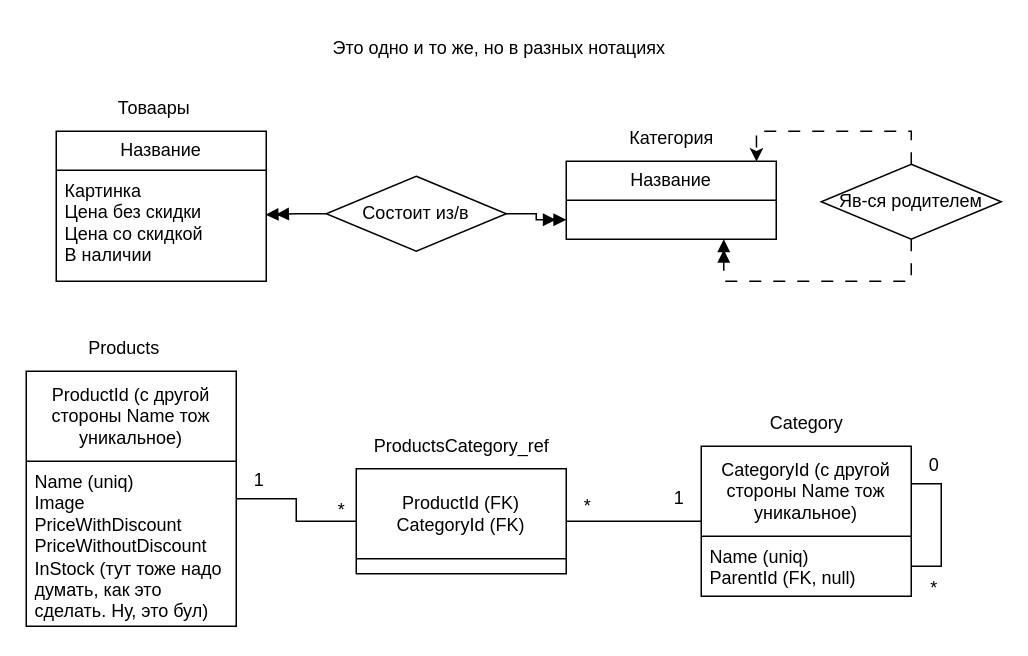
Earlier version of the draw.io diagram Diagrams/БД_ZeonParser.drawio (Kuro-D-Shiro/ZeonParser). Source tidied: cells renumbered, new cells numbered last; positions are measured from the earlier drawing's top-left corner, leaving out a move shared by most shapes. Both pictures are drawn from the tidied source at 150%, with x=0, y=0 at pixel (26, 26).
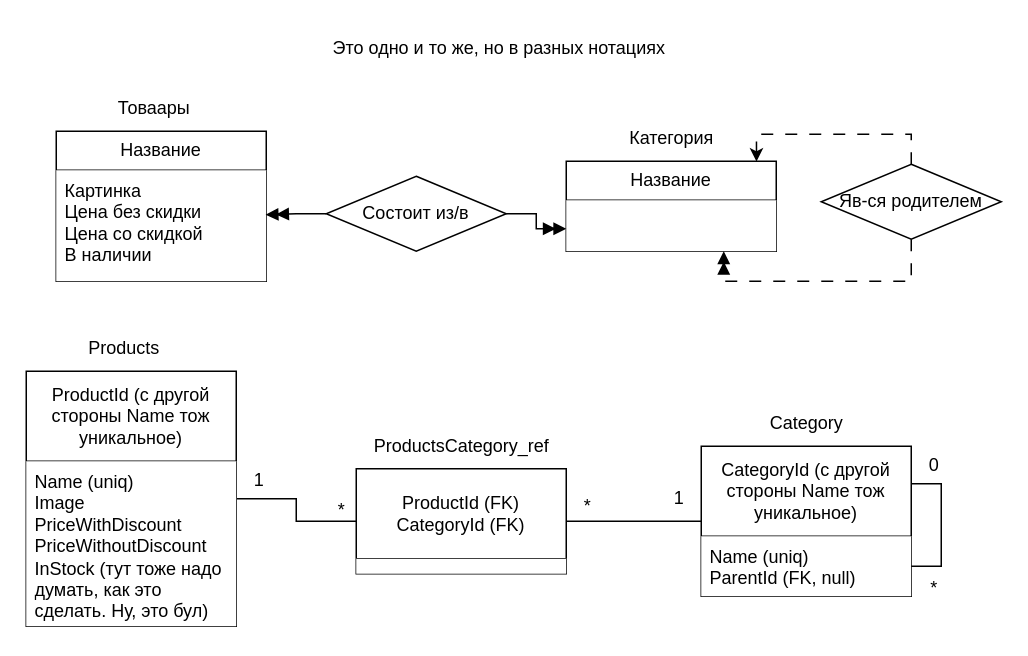
Above is the later version.

Diff of the diagram source:
```diff
@@
-    <mxCell id="2" value="Название" style="swimlane;fontStyle=0;horizontal=1;startSize=26;fillColor=none;whiteSpace=wrap;html=1;" parent="1" vertex="1">
+    <mxCell id="2" value="Название" style="swimlane;fontStyle=0;horizontal=1;startSize=26;whiteSpace=wrap;html=1;fillColor=default;" parent="1" vertex="1">
       <mxGeometry x="20" y="70" width="140" height="100" as="geometry" />
     </mxCell>
-    <mxCell id="3" value="Картинка&lt;div&gt;Цена без скидки&lt;/div&gt;&lt;div&gt;Цена со скидкой&lt;/div&gt;&lt;div&gt;В наличии&lt;/div&gt;" style="text;strokeColor=none;fillColor=none;align=left;verticalAlign=top;spacingLeft=4;spacingRight=4;overflow=hidden;points=[[0,0.5],[1,0.5]];portConstraint=eastwest;whiteSpace=wrap;html=1;" parent="2" vertex="1">
+    <mxCell id="3" value="Картинка&lt;div&gt;Цена без скидки&lt;/div&gt;&lt;div&gt;Цена со скидкой&lt;/div&gt;&lt;div&gt;В наличии&lt;/div&gt;" style="text;align=left;verticalAlign=top;spacingLeft=4;spacingRight=4;overflow=hidden;points=[[0,0.5],[1,0.5]];portConstraint=eastwest;whiteSpace=wrap;html=1;fillColor=default;" parent="2" vertex="1">
       <mxGeometry y="26" width="140" height="74" as="geometry" />
     </mxCell>
@@
-    <mxCell id="5" value="Название" style="swimlane;fontStyle=0;horizontal=1;startSize=26;fillColor=none;whiteSpace=wrap;html=1;" parent="1" vertex="1">
-      <mxGeometry x="360" y="90" width="140" height="52" as="geometry" />
+    <mxCell id="5" value="Название" style="swimlane;fontStyle=0;horizontal=1;startSize=26;whiteSpace=wrap;html=1;" parent="1" vertex="1">
+      <mxGeometry x="360" y="90" width="140" height="60" as="geometry" />
     </mxCell>
+    <mxCell id="31" style="text;align=left;verticalAlign=top;spacingLeft=4;spacingRight=4;overflow=hidden;whiteSpace=wrap;html=1;fillColor=default;" parent="5" vertex="1">
+      <mxGeometry y="26" width="140" height="34" as="geometry" />
+    </mxCell>
@@
-    <mxCell id="14" value="ProductId (с другой стороны Name тож уникальное)" style="swimlane;fontStyle=0;horizontal=1;startSize=60;fillColor=none;whiteSpace=wrap;html=1;" parent="1" vertex="1">
+    <mxCell id="14" value="ProductId (с другой стороны Name тож уникальное)" style="swimlane;fontStyle=0;horizontal=1;startSize=60;whiteSpace=wrap;html=1;" parent="1" vertex="1">
       <mxGeometry y="230" width="140" height="170" as="geometry" />
     </mxCell>
-    <mxCell id="15" value="Name (uniq)&lt;div&gt;Image&lt;/div&gt;&lt;div&gt;PriceWithDiscount&lt;/div&gt;&lt;div&gt;PriceWithoutDiscount&lt;/div&gt;&lt;div&gt;InStock (тут тоже надо думать, как это сделать. Ну, это бул)&lt;/div&gt;" style="text;strokeColor=none;fillColor=none;align=left;verticalAlign=top;spacingLeft=4;spacingRight=4;overflow=hidden;whiteSpace=wrap;html=1;" parent="14" vertex="1">
+    <mxCell id="15" value="Name (uniq)&lt;div&gt;Image&lt;/div&gt;&lt;div&gt;PriceWithDiscount&lt;/div&gt;&lt;div&gt;PriceWithoutDiscount&lt;/div&gt;&lt;div&gt;InStock (тут тоже надо думать, как это сделать. Ну, это бул)&lt;/div&gt;" style="text;align=left;verticalAlign=top;spacingLeft=4;spacingRight=4;overflow=hidden;whiteSpace=wrap;html=1;fillColor=default;" parent="14" vertex="1">
       <mxGeometry y="60" width="140" height="110" as="geometry" />
     </mxCell>
@@
-    <mxCell id="18" value="CategoryId (с другой стороны Name тож уникальное)" style="swimlane;fontStyle=0;horizontal=1;startSize=60;fillColor=none;whiteSpace=wrap;html=1;" parent="1" vertex="1">
+    <mxCell id="18" value="CategoryId (с другой стороны Name тож уникальное)" style="swimlane;fontStyle=0;horizontal=1;startSize=60;fillColor=default;whiteSpace=wrap;html=1;" parent="1" vertex="1">
       <mxGeometry x="450" y="280" width="140" height="100" as="geometry" />
     </mxCell>
-    <mxCell id="19" value="Name (uniq)&lt;div&gt;ParentId (FK, null)&lt;/div&gt;" style="text;strokeColor=none;fillColor=none;align=left;verticalAlign=top;spacingLeft=4;spacingRight=4;overflow=hidden;points=[[0,0.5],[1,0.5]];portConstraint=eastwest;whiteSpace=wrap;html=1;" parent="18" vertex="1">
+    <mxCell id="19" value="Name (uniq)&lt;div&gt;ParentId (FK, null)&lt;/div&gt;" style="text;strokeColor=none;fillColor=default;align=left;verticalAlign=top;spacingLeft=4;spacingRight=4;overflow=hidden;points=[[0,0.5],[1,0.5]];portConstraint=eastwest;whiteSpace=wrap;html=1;" parent="18" vertex="1">
       <mxGeometry y="60" width="140" height="40" as="geometry" />
     </mxCell>
@@
-    <mxCell id="22" value="ProductId (FK)&lt;div&gt;CategoryId (FK)&lt;/div&gt;" style="swimlane;fontStyle=0;horizontal=1;startSize=60;fillColor=none;whiteSpace=wrap;html=1;" parent="1" vertex="1">
+    <mxCell id="22" value="ProductId (FK)&lt;div&gt;CategoryId (FK)&lt;/div&gt;" style="swimlane;fontStyle=0;horizontal=1;startSize=60;fillColor=default;whiteSpace=wrap;html=1;" parent="1" vertex="1">
       <mxGeometry x="220" y="295" width="140" height="70" as="geometry" />
     </mxCell>
+    <mxCell id="32" style="text;align=left;verticalAlign=top;spacingLeft=4;spacingRight=4;overflow=hidden;whiteSpace=wrap;html=1;fillColor=default;" parent="22" vertex="1">
+      <mxGeometry y="60" width="140" height="10" as="geometry" />
+    </mxCell>
```
